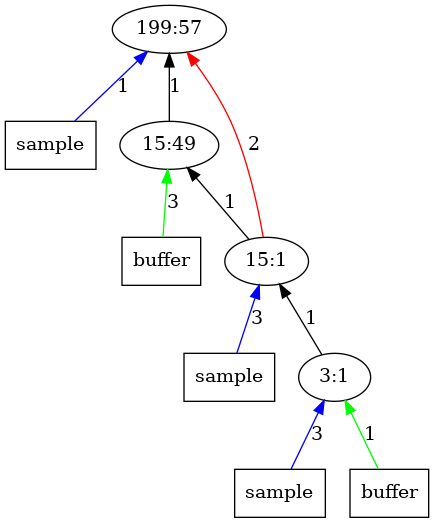
AbhikKhan/MTP_IITG keeps this Graphviz diagram as outputImages/op57.png.png. Above is the earlier version. Its source is kept beside it as outputTrees/op57.dot.
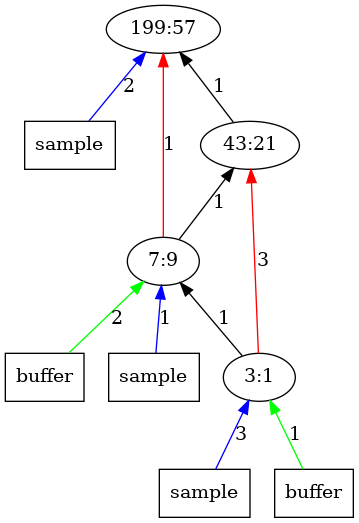
The same diagram one commit later.

Diff of the diagram source:
```diff
@@ -1,18 +1,19 @@
 digraph Tree{
 	rankdir="BT"
-	x11 -> 1 [label = "1", color = "blue"];
+	x11 -> 1 [label = "2", color = "blue"];
 	x11 [label = "sample", shape = "box"];
 	1 [label = "199:57"];
-	x22 -> 2 [label = "3", color = "green"];
-	x22 [label = "buffer", shape = "box"];
 	2 -> 1 [label = "1", color = "black"];
-	2 [label = "15:49"];
+	2 [label = "43:21"];
+	3 -> 1 [label = "1", color = "red"];
 	3 -> 2 [label = "1", color = "black"];
-	3 -> 1 [label = "2", color = "red"];
-	x31 -> 3 [label = "3", color = "blue"];
+	x32 -> 3 [label = "2", color = "green"];
+	x32 [label = "buffer", shape = "box"];
+	x31 -> 3 [label = "1", color = "blue"];
 	x31 [label = "sample", shape = "box"];
-	3 [label = "15:1"];
+	3 [label = "7:9"];
 	4 -> 3 [label = "1", color = "black"];
+	4 -> 2 [label = "3", color = "red"];
 	x41 -> 4 [label = "3", color = "blue"];
 	x41 [label = "sample", shape = "box"];
 	x42 -> 4 [label = "1", color = "green"];
```
